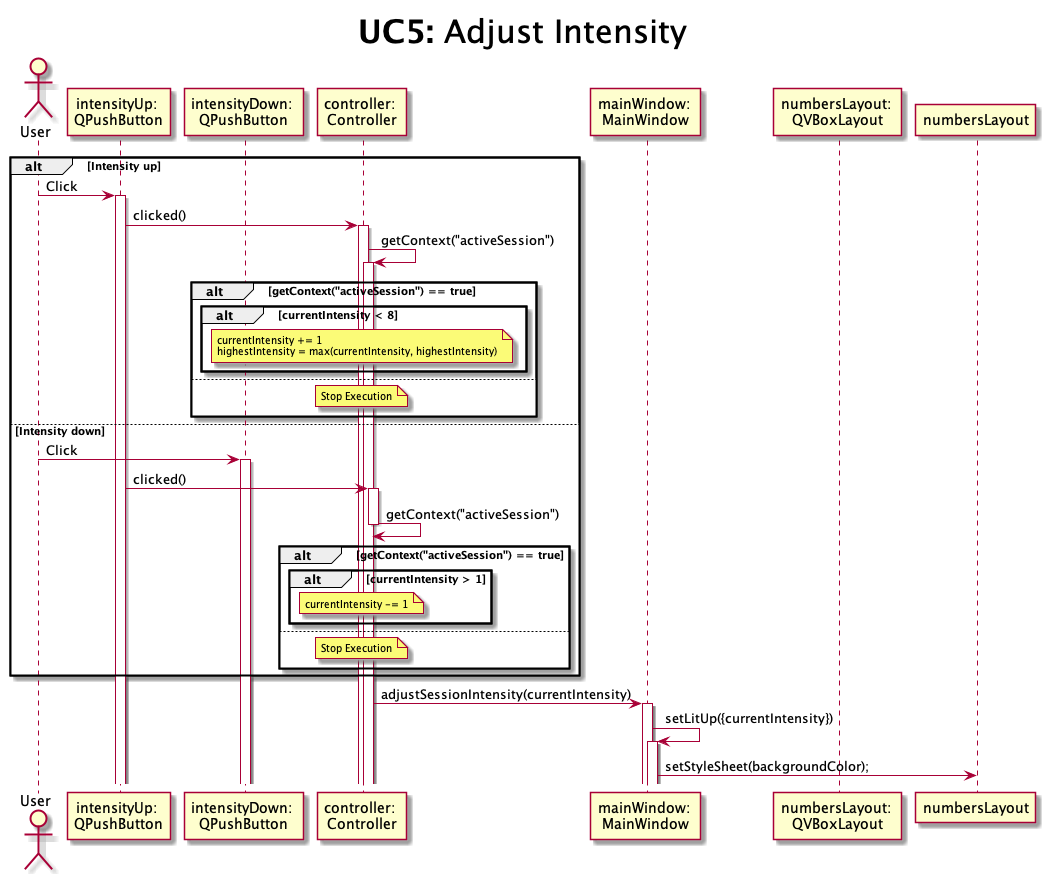
Above: design/sequence/UC5-adjustIntensity.png in alejita11011/CES-Simulator (PlantUML), before the change. The source it was exported from:
```plantuml
@startuml UC5-adjustIntensity

title <size:32>**UC5:** Adjust Intensity

actor       User as user
participant "intensityUp: \nQPushButton" as upButton
participant "intensityDown: \nQPushButton" as downButton
participant "controller: \nController" as controller
participant "mainWindow: \nMainWindow" as mainWindow
participant "numbersLayout: \nQVBoxLayout" as graph

alt Intensity up

    user -> upButton ++ : Click
    upButton -> controller ++ : clicked()
    controller -> controller ++ : getContext("activeSession")
    alt getContext("activeSession") == true
        alt currentIntensity < 8
            note over controller: <size:10>currentIntensity += 1 \n<size:10>highestIntensity = max(currentIntensity, highestIntensity)
        end
    else
        note over controller: <size:10>Stop Execution
    end



else Intensity down

    user -> downButton ++ : Click
    upButton -> controller ++ : clicked()
    controller -> controller -- : getContext("activeSession")
    alt getContext("activeSession") == true
        alt currentIntensity > 1
            note over controller: <size:10>currentIntensity -= 1
        end
    else
        note over controller: <size:10>Stop Execution
    end

end

controller -> mainWindow ++ : adjustSessionIntensity(currentIntensity)
mainWindow -> mainWindow ++ : setLitUp({currentIntensity})
mainWindow -> numbersLayout : setStyleSheet(backgroundColor);

@enduml
```
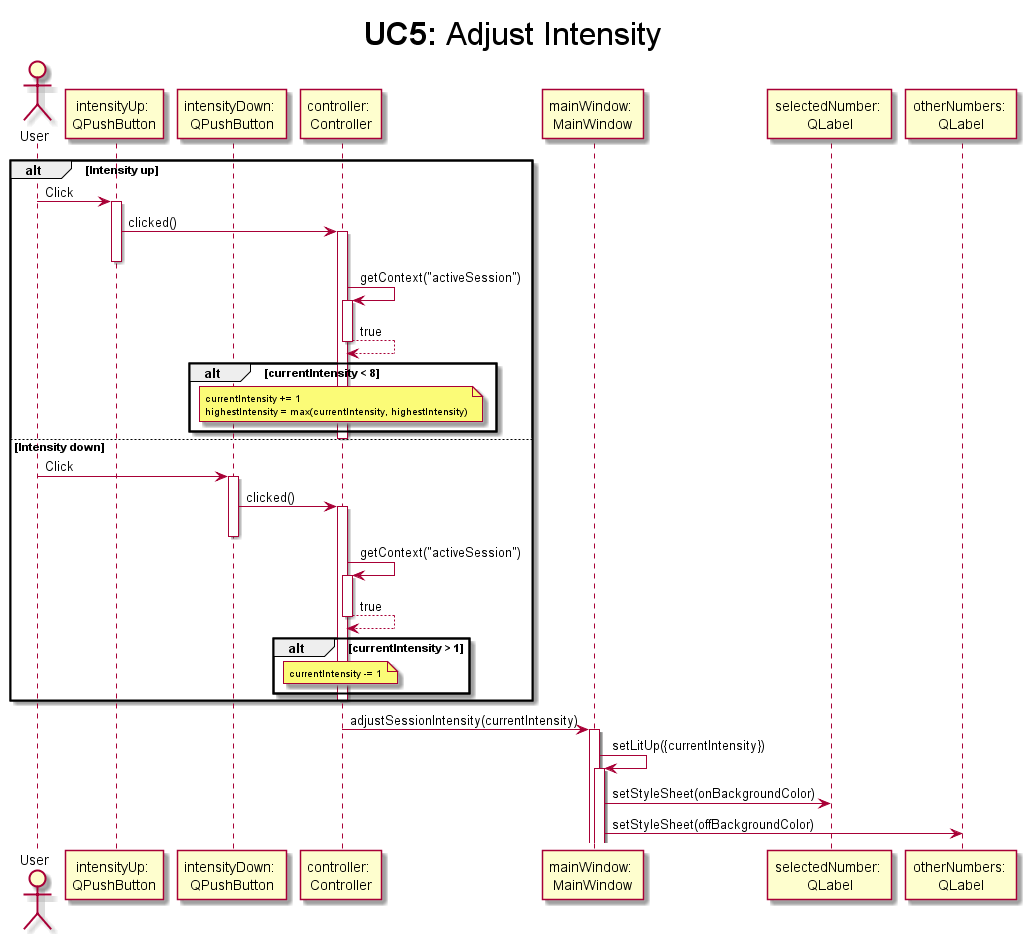
Above is the later version.

Commit message:
Re-export image for UC5 sequence diagram

What changed in the source:
```diff
@@ -7,40 +7,40 @@
 participant "intensityDown: \nQPushButton" as downButton
 participant "controller: \nController" as controller
 participant "mainWindow: \nMainWindow" as mainWindow
-participant "numbersLayout: \nQVBoxLayout" as graph
+participant "selectedNumber: \nQLabel" as selectedNumber
+participant "otherNumbers: \nQLabel" as otherNumbers
 
 alt Intensity up
 
     user -> upButton ++ : Click
     upButton -> controller ++ : clicked()
+    deactivate upButton
     controller -> controller ++ : getContext("activeSession")
-    alt getContext("activeSession") == true
-        alt currentIntensity < 8
-            note over controller: <size:10>currentIntensity += 1 \n<size:10>highestIntensity = max(currentIntensity, highestIntensity)
-        end
-    else
-        note over controller: <size:10>Stop Execution
+    return true
+    alt currentIntensity < 8
+        note over controller: <size:10>currentIntensity += 1 \n<size:10>highestIntensity = max(currentIntensity, highestIntensity)
     end
+    deactivate controller
 
 
 
 else Intensity down
 
     user -> downButton ++ : Click
-    upButton -> controller ++ : clicked()
-    controller -> controller -- : getContext("activeSession")
-    alt getContext("activeSession") == true
-        alt currentIntensity > 1
-            note over controller: <size:10>currentIntensity -= 1
-        end
-    else
-        note over controller: <size:10>Stop Execution
+    downButton -> controller ++ : clicked()
+    deactivate downButton
+    controller -> controller ++ : getContext("activeSession")
+    return true
+    alt currentIntensity > 1
+        note over controller: <size:10>currentIntensity -= 1
     end
+    deactivate controller
 
 end
 
 controller -> mainWindow ++ : adjustSessionIntensity(currentIntensity)
 mainWindow -> mainWindow ++ : setLitUp({currentIntensity})
-mainWindow -> numbersLayout : setStyleSheet(backgroundColor);
+mainWindow -> selectedNumber : setStyleSheet(onBackgroundColor)
+mainWindow -> otherNumbers: setStyleSheet(offBackgroundColor)
 
 @enduml
```
